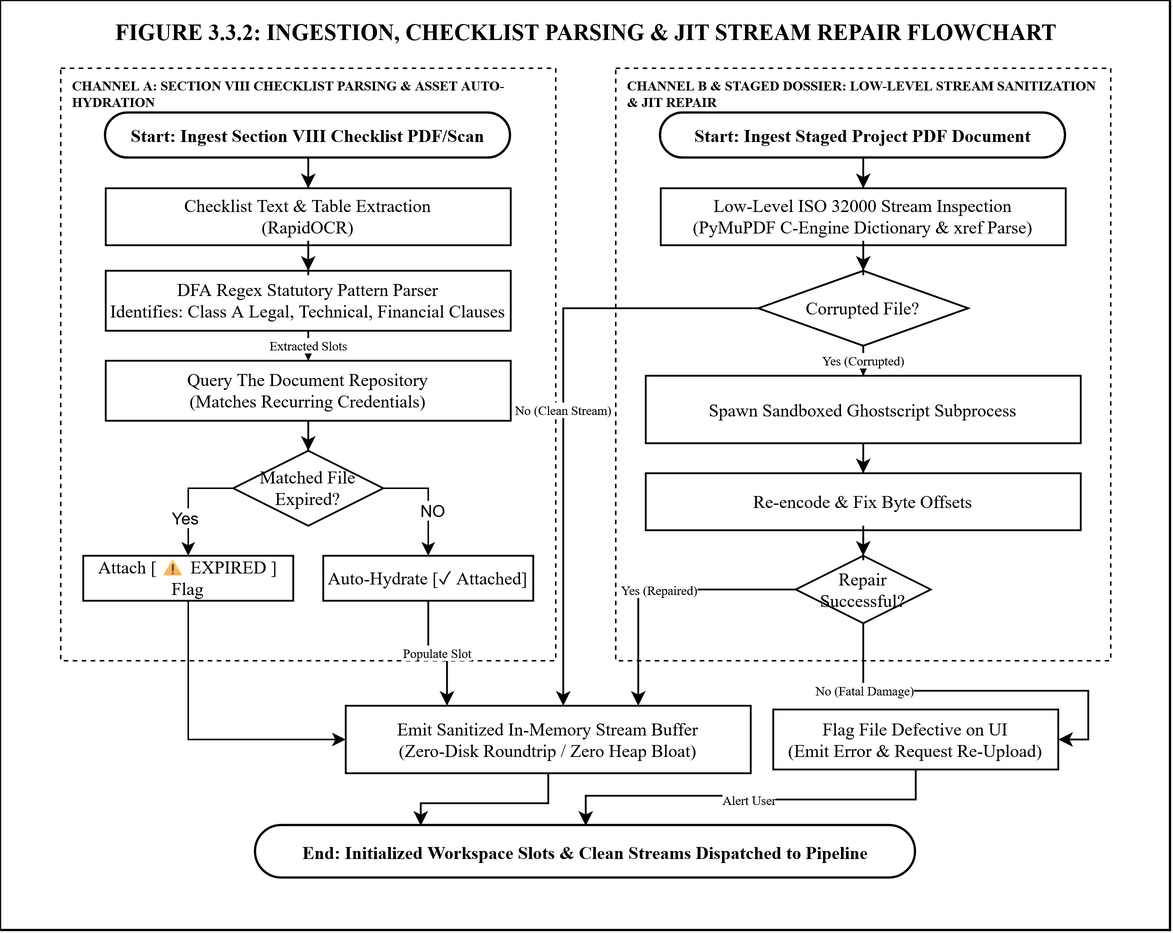
Earlier version of the draw.io export figures/Figure 3.3.2.png (kenlyEmmanuel-main/Thesis-Doumentation). Source tidied: cells renumbered, new cells last; positions are measured from the earlier drawing's top-left corner, leaving out a move shared by most shapes.
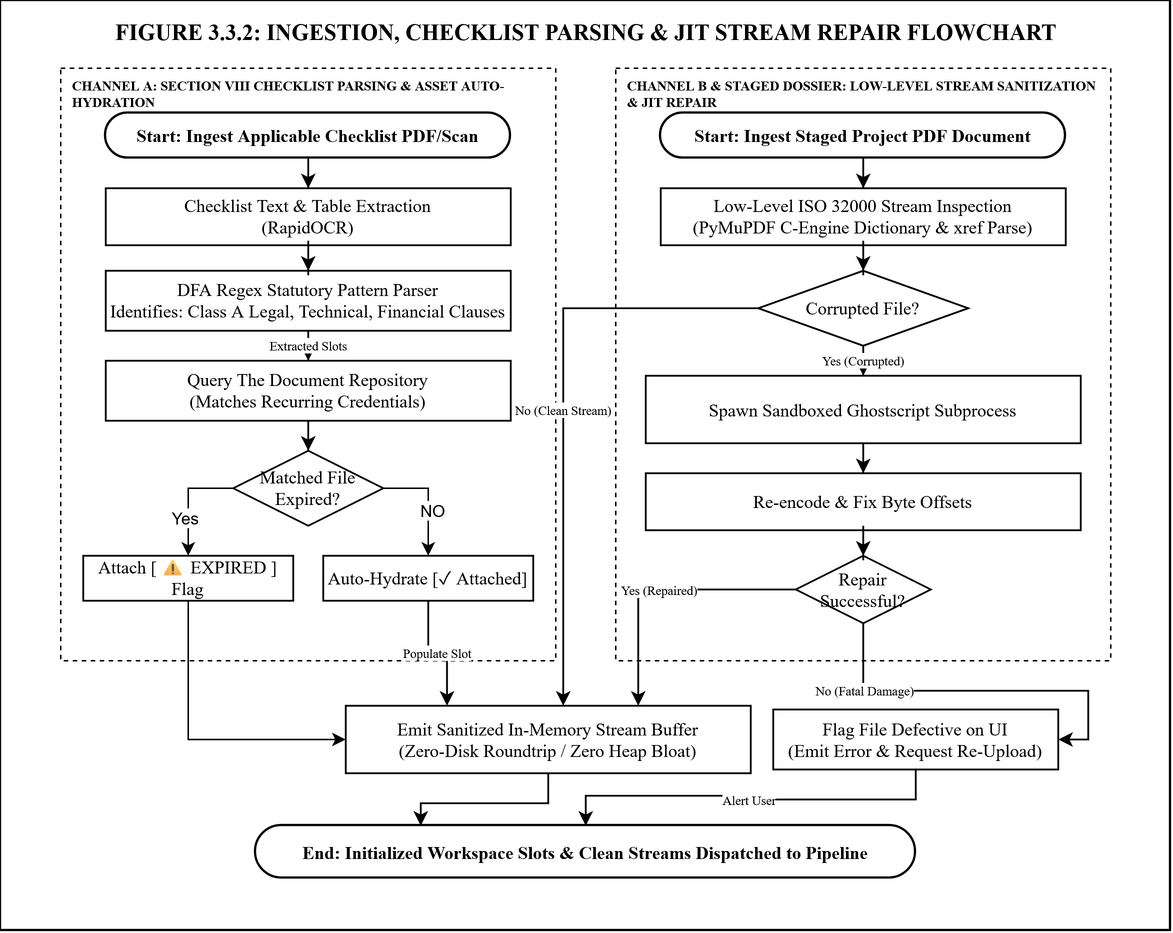
After the commit.

Commit message:
Update checklist ingestion flowchart

What changed in the source:
```diff
@@ -14,7 +14,7 @@
     <mxCell id="5" value="CHANNEL A: SECTION VIII CHECKLIST PARSING &amp; ASSET AUTO-HYDRATION" style="rounded=0;whiteSpace=wrap;html=1;fillColor=#ffffff;strokeColor=#000000;strokeWidth=1;dashed=1;fontFamily=Times New Roman;fontSize=9;fontStyle=1;align=left;verticalAlign=top;spacingLeft=6;" parent="2" vertex="1">
       <mxGeometry x="40" y="45" width="330" height="395" as="geometry" />
     </mxCell>
-    <mxCell id="6" value="&lt;font style=&quot;font-size: 12px;&quot;&gt;Start: Ingest Section VIII Checklist PDF/Scan&lt;/font&gt;" style="rounded=1;arcSize=50;whiteSpace=wrap;html=1;fillColor=#ffffff;strokeColor=#000000;strokeWidth=1.5;fontFamily=Times New Roman;fontSize=9.5;fontStyle=1;" parent="2" vertex="1">
+    <mxCell id="6" value="&lt;font style=&quot;font-size: 12px;&quot;&gt;Start: Ingest Applicable Checklist PDF/Scan&lt;/font&gt;" style="rounded=1;arcSize=50;whiteSpace=wrap;html=1;fillColor=#ffffff;strokeColor=#000000;strokeWidth=1.5;fontFamily=Times New Roman;fontSize=9.5;fontStyle=1;" parent="2" vertex="1">
       <mxGeometry x="70" y="75" width="270" height="30" as="geometry" />
     </mxCell>
     <mxCell id="7" value="&lt;div&gt;&lt;font style=&quot;font-size: 12px;&quot;&gt;Checklist Text &amp;amp; Table Extraction&lt;/font&gt;&lt;/div&gt;&lt;div&gt;&lt;font style=&quot;font-size: 12px;&quot;&gt;(RapidOCR)&lt;/font&gt;&lt;/div&gt;" style="rounded=0;whiteSpace=wrap;html=1;fillColor=#ffffff;strokeColor=#000000;strokeWidth=1.2;fontFamily=Times New Roman;fontSize=9;" parent="2" vertex="1">
```
